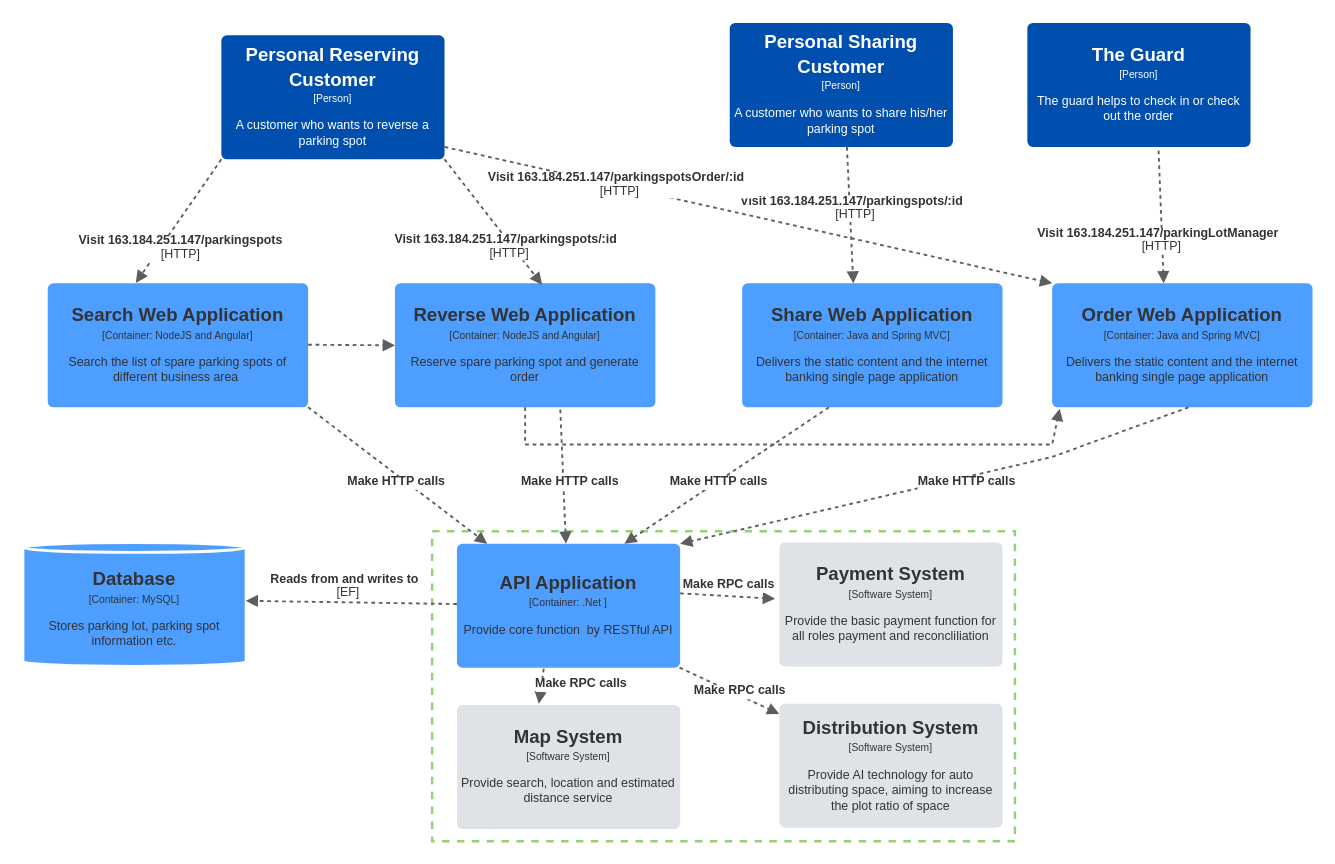
XiaotianWU-code/img keeps this draw.io diagram as page "Page-1" (1 of 3) of wxt-c4.drawio. Above is the earlier version. Source tidied: cells renumbered, new cells numbered last; positions are measured from the earlier drawing's top-left corner, leaving out a move shared by most shapes. Both pictures are drawn from the tidied source at 124%, with x=0, y=0 at pixel (22, 22).
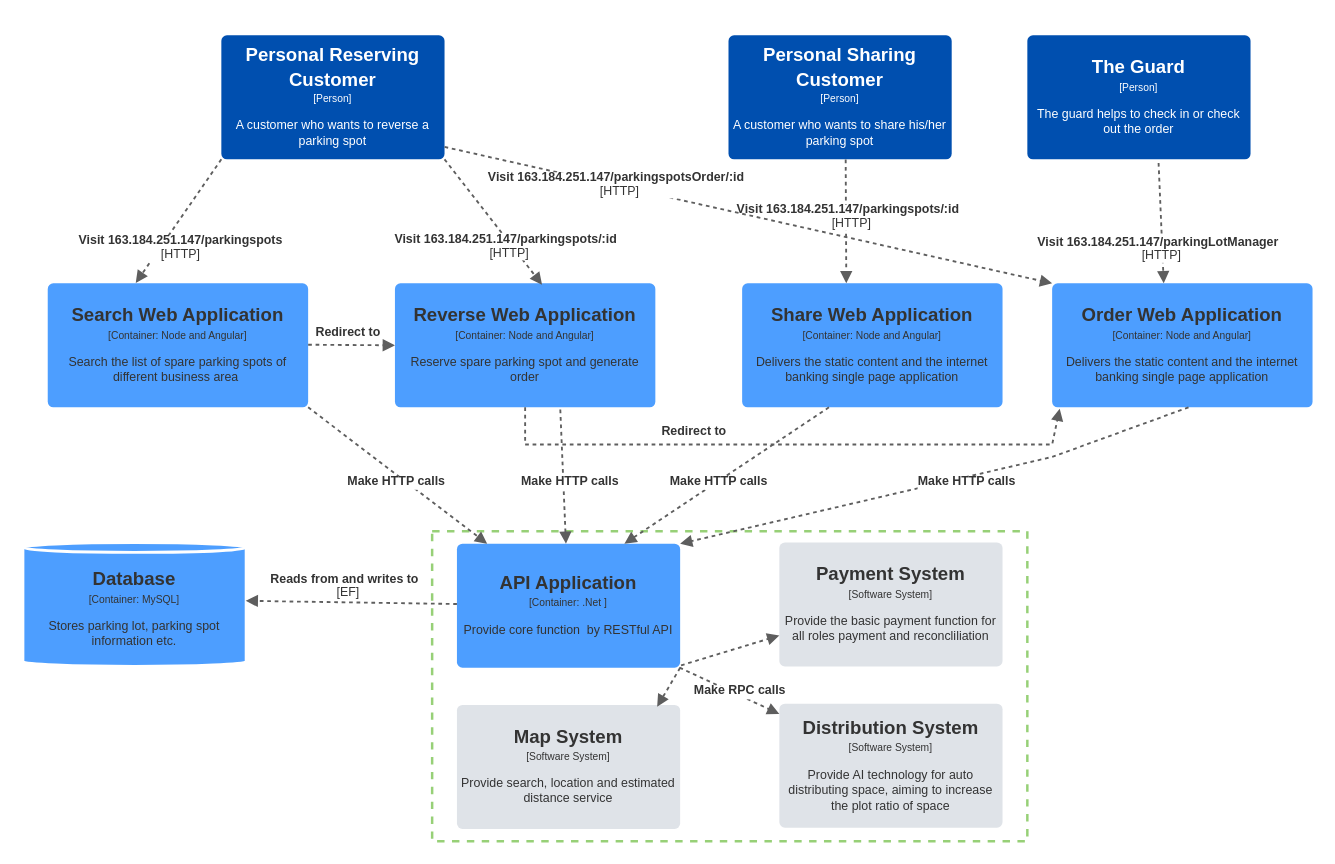
After the change.

The change refers to these unchanged cells:
```xml
<mxCell id="10" value="&lt;div style=&quot;display: flex; justify-content: center; text-align: center; align-items: baseline; font-size: 0; line-height: 1.25;margin-top: -2px;&quot;&gt;&lt;span&gt;&lt;span style=&quot;font-size:15px;color:#333333;font-weight: bold;&quot;&gt;API Application&lt;/span&gt;&lt;span style=&quot;font-size:16.7px;color:#333333;&quot;&gt;&lt;br&gt;&lt;/span&gt;&lt;span style=&quot;font-size:8.3px;color:#333333;&quot;&gt;[Container: .Net ]&lt;br&gt;&lt;br&gt;&lt;/span&gt;&lt;span style=&quot;font-size:10px;color:#333333;&quot;&gt; Provide core function&amp;nbsp; by RESTful API&lt;/span&gt;&lt;/span&gt;&lt;/div&gt;" style="html=1;overflow=block;blockSpacing=1;whiteSpace=wrap;fontSize=13;spacing=3.8;strokeOpacity=0;fillOpacity=100;rounded=1;absoluteArcSize=1;arcSize=9;fillColor=#4d9eff;strokeWidth=2.3;" parent="1" vertex="1">
  <mxGeometry x="350" y="420" width="180" height="100" as="geometry" />
</mxCell>
<mxCell id="12" value="&lt;div style=&quot;display: flex; justify-content: center; text-align: center; align-items: baseline; font-size: 0; line-height: 1.25;margin-top: -2px;&quot;&gt;&lt;span&gt;&lt;span style=&quot;font-size:15px;color:#333333;font-weight: bold;&quot;&gt;Payment System&lt;/span&gt;&lt;span style=&quot;font-size:16.7px;color:#333333;&quot;&gt;&lt;br&gt;&lt;/span&gt;&lt;span style=&quot;font-size:8.3px;color:#333333;&quot;&gt;[Software System]&lt;br&gt;&lt;br&gt;&lt;/span&gt;&lt;span style=&quot;font-size:10px;color:#333333;&quot;&gt; Provide the basic payment function for all roles payment and reconcliliation&lt;/span&gt;&lt;/span&gt;&lt;/div&gt;" style="html=1;overflow=block;blockSpacing=1;whiteSpace=wrap;fontSize=13;spacing=3.8;strokeOpacity=0;fillOpacity=100;rounded=1;absoluteArcSize=1;arcSize=9;fillColor=#dfe3e8;strokeWidth=2.3;" parent="1" vertex="1">
  <mxGeometry x="610" y="419" width="180" height="100" as="geometry" />
</mxCell>
<mxCell id="13" value="&lt;div style=&quot;display: flex; justify-content: center; text-align: center; align-items: baseline; font-size: 0; line-height: 1.25;margin-top: -2px;&quot;&gt;&lt;span&gt;&lt;span style=&quot;font-size:15px;color:#333333;font-weight: bold;&quot;&gt;Map System&lt;/span&gt;&lt;span style=&quot;font-size:16.7px;color:#333333;&quot;&gt;&lt;br&gt;&lt;/span&gt;&lt;span style=&quot;font-size:8.3px;color:#333333;&quot;&gt;[Software System]&lt;br&gt;&lt;br&gt;&lt;/span&gt;&lt;span style=&quot;font-size:10px;color:#333333;&quot;&gt; Provide search, location and estimated distance service&lt;/span&gt;&lt;/span&gt;&lt;/div&gt;" style="html=1;overflow=block;blockSpacing=1;whiteSpace=wrap;fontSize=13;spacing=3.8;strokeOpacity=0;fillOpacity=100;rounded=1;absoluteArcSize=1;arcSize=9;fillColor=#dfe3e8;strokeWidth=2.3;" parent="1" vertex="1">
  <mxGeometry x="350" y="550" width="180" height="100" as="geometry" />
</mxCell>
```

The edit, as a diff of the source:
```diff
@@
     <mxCell id="2" style="rounded=0;whiteSpace=wrap;html=1;dashed=1;strokeColor=#97D077;strokeWidth=2;" parent="1" vertex="1">
-      <mxGeometry x="330" y="410" width="470" height="250" as="geometry" />
+      <mxGeometry x="330" y="410" width="480" height="250" as="geometry" />
     </mxCell>
@@
     <mxCell id="4" value="&lt;div style=&quot;display: flex; justify-content: center; text-align: center; align-items: baseline; font-size: 0; line-height: 1.25;margin-top: -2px;&quot;&gt;&lt;span&gt;&lt;span style=&quot;font-size:15px;color:#ffffff;font-weight: bold;&quot;&gt;Personal Sharing Customer&lt;/span&gt;&lt;span style=&quot;font-size:16.7px;color:#ffffff;&quot;&gt;&lt;br&gt;&lt;/span&gt;&lt;span style=&quot;font-size:8.3px;color:#ffffff;&quot;&gt;[Person]&lt;br&gt;&lt;br&gt;&lt;/span&gt;&lt;span style=&quot;font-size:10px;color:#ffffff;&quot;&gt;A customer who wants to share his/her parking spot&lt;/span&gt;&lt;/span&gt;&lt;/div&gt;" style="html=1;overflow=block;blockSpacing=1;whiteSpace=wrap;fontSize=13;spacing=3.8;strokeOpacity=0;fillOpacity=100;rounded=1;absoluteArcSize=1;arcSize=9;fillColor=#004faf;strokeWidth=2.3;" parent="1" vertex="1">
-      <mxGeometry x="570" width="180" height="100" as="geometry" />
+      <mxGeometry x="569" y="10" width="180" height="100" as="geometry" />
     </mxCell>
     <mxCell id="5" value="&lt;div style=&quot;display: flex; justify-content: center; text-align: center; align-items: baseline; line-height: 1.25; margin-top: -2px; font-size: 0px;&quot;&gt;&lt;span&gt;&lt;span style=&quot;font-size:15px;color:#ffffff;font-weight: bold;&quot;&gt;The Guard&lt;/span&gt;&lt;span style=&quot;font-size:16.7px;color:#ffffff;&quot;&gt;&lt;br&gt;&lt;/span&gt;&lt;span style=&quot;font-size:8.3px;color:#ffffff;&quot;&gt;[Person]&lt;br&gt;&lt;br&gt;&lt;/span&gt;&lt;span style=&quot;font-size:10px;color:#ffffff;&quot;&gt;The guard helps to check in or check out the order&lt;/span&gt;&lt;/span&gt;&lt;/div&gt;" style="html=1;overflow=block;blockSpacing=1;whiteSpace=wrap;fontSize=13;spacing=3.8;strokeOpacity=0;fillOpacity=100;rounded=1;absoluteArcSize=1;arcSize=9;fillColor=#004faf;strokeWidth=2.3;" parent="1" vertex="1">
-      <mxGeometry x="810" width="180" height="100" as="geometry" />
+      <mxGeometry x="810" y="10" width="180" height="100" as="geometry" />
     </mxCell>
-    <mxCell id="6" value="&lt;div style=&quot;display: flex; justify-content: center; text-align: center; align-items: baseline; font-size: 0; line-height: 1.25;margin-top: -2px;&quot;&gt;&lt;span&gt;&lt;span style=&quot;font-size:15px;color:#333333;font-weight: bold;&quot;&gt;Reverse Web Application&lt;/span&gt;&lt;span style=&quot;font-size:16.7px;color:#333333;&quot;&gt;&lt;br&gt;&lt;/span&gt;&lt;span style=&quot;font-size:8.3px;color:#333333;&quot;&gt;[Container: NodeJS and Angular]&lt;br&gt;&lt;br&gt;&lt;/span&gt;&lt;span style=&quot;color: rgb(51, 51, 51); font-size: 10px; background-color: initial;&quot;&gt;Reserve spare parking spot and generate order&lt;/span&gt;&lt;/span&gt;&lt;/div&gt;" style="html=1;overflow=block;blockSpacing=1;whiteSpace=wrap;fontSize=13;spacing=3.8;strokeOpacity=0;fillOpacity=100;rounded=1;absoluteArcSize=1;arcSize=9;fillColor=#4d9eff;strokeWidth=2.3;" parent="1" vertex="1">
+    <mxCell id="6" value="&lt;div style=&quot;display: flex; justify-content: center; text-align: center; align-items: baseline; font-size: 0; line-height: 1.25;margin-top: -2px;&quot;&gt;&lt;span&gt;&lt;span style=&quot;font-size:15px;color:#333333;font-weight: bold;&quot;&gt;Reverse Web Application&lt;/span&gt;&lt;span style=&quot;font-size:16.7px;color:#333333;&quot;&gt;&lt;br&gt;&lt;/span&gt;&lt;span style=&quot;font-size:8.3px;color:#333333;&quot;&gt;[Container: Node and Angular]&lt;br&gt;&lt;br&gt;&lt;/span&gt;&lt;span style=&quot;color: rgb(51, 51, 51); font-size: 10px; background-color: initial;&quot;&gt;Reserve spare parking spot and generate order&lt;/span&gt;&lt;/span&gt;&lt;/div&gt;" style="html=1;overflow=block;blockSpacing=1;whiteSpace=wrap;fontSize=13;spacing=3.8;strokeOpacity=0;fillOpacity=100;rounded=1;absoluteArcSize=1;arcSize=9;fillColor=#4d9eff;strokeWidth=2.3;" parent="1" vertex="1">
       <mxGeometry x="300" y="210" width="210" height="100" as="geometry" />
     </mxCell>
-    <mxCell id="7" value="&lt;div style=&quot;display: flex; justify-content: center; text-align: center; align-items: baseline; line-height: 1.25; margin-top: -2px; font-size: 0px;&quot;&gt;&lt;span&gt;&lt;span style=&quot;font-size:15px;color:#333333;font-weight: bold;&quot;&gt;Search Web Application&lt;/span&gt;&lt;span style=&quot;font-size:16.7px;color:#333333;&quot;&gt;&lt;br&gt;&lt;/span&gt;&lt;span style=&quot;font-size:8.3px;color:#333333;&quot;&gt;[Container: NodeJS and Angular]&lt;br&gt;&lt;br&gt;&lt;/span&gt;&lt;span style=&quot;font-size:10px;color:#333333;&quot;&gt;Search the list of spare parking spots of different business area&amp;nbsp;&lt;/span&gt;&lt;/span&gt;&lt;/div&gt;" style="html=1;overflow=block;blockSpacing=1;whiteSpace=wrap;fontSize=13;spacing=3.8;strokeOpacity=0;fillOpacity=100;rounded=1;absoluteArcSize=1;arcSize=9;fillColor=#4d9eff;strokeWidth=2.3;" parent="1" vertex="1">
+    <mxCell id="7" value="&lt;div style=&quot;display: flex; justify-content: center; text-align: center; align-items: baseline; line-height: 1.25; margin-top: -2px; font-size: 0px;&quot;&gt;&lt;span&gt;&lt;span style=&quot;font-size:15px;color:#333333;font-weight: bold;&quot;&gt;Search Web Application&lt;/span&gt;&lt;span style=&quot;font-size:16.7px;color:#333333;&quot;&gt;&lt;br&gt;&lt;/span&gt;&lt;span style=&quot;font-size:8.3px;color:#333333;&quot;&gt;[Container: Node and Angular]&lt;br&gt;&lt;br&gt;&lt;/span&gt;&lt;span style=&quot;font-size:10px;color:#333333;&quot;&gt;Search the list of spare parking spots of different business area&amp;nbsp;&lt;/span&gt;&lt;/span&gt;&lt;/div&gt;" style="html=1;overflow=block;blockSpacing=1;whiteSpace=wrap;fontSize=13;spacing=3.8;strokeOpacity=0;fillOpacity=100;rounded=1;absoluteArcSize=1;arcSize=9;fillColor=#4d9eff;strokeWidth=2.3;" parent="1" vertex="1">
       <mxGeometry x="20" y="210" width="210" height="100" as="geometry" />
     </mxCell>
-    <mxCell id="8" value="&lt;div style=&quot;display: flex; justify-content: center; text-align: center; align-items: baseline; font-size: 0; line-height: 1.25;margin-top: -2px;&quot;&gt;&lt;span&gt;&lt;span style=&quot;font-size:15px;color:#333333;font-weight: bold;&quot;&gt;Order Web Application&lt;/span&gt;&lt;span style=&quot;font-size:16.7px;color:#333333;&quot;&gt;&lt;br&gt;&lt;/span&gt;&lt;span style=&quot;font-size:8.3px;color:#333333;&quot;&gt;[Container: Java and Spring MVC]&lt;br&gt;&lt;br&gt;&lt;/span&gt;&lt;span style=&quot;font-size:10px;color:#333333;&quot;&gt; Delivers the static content and the internet banking single page application&lt;/span&gt;&lt;/span&gt;&lt;/div&gt;" style="html=1;overflow=block;blockSpacing=1;whiteSpace=wrap;fontSize=13;spacing=3.8;strokeOpacity=0;fillOpacity=100;rounded=1;absoluteArcSize=1;arcSize=9;fillColor=#4d9eff;strokeWidth=2.3;" parent="1" vertex="1">
+    <mxCell id="8" value="&lt;div style=&quot;display: flex; justify-content: center; text-align: center; align-items: baseline; font-size: 0; line-height: 1.25;margin-top: -2px;&quot;&gt;&lt;span&gt;&lt;span style=&quot;font-size:15px;color:#333333;font-weight: bold;&quot;&gt;Order Web Application&lt;/span&gt;&lt;span style=&quot;font-size:16.7px;color:#333333;&quot;&gt;&lt;br&gt;&lt;/span&gt;&lt;span style=&quot;font-size:8.3px;color:#333333;&quot;&gt;[Container: Node and Angular]&lt;br&gt;&lt;br&gt;&lt;/span&gt;&lt;span style=&quot;font-size:10px;color:#333333;&quot;&gt; Delivers the static content and the internet banking single page application&lt;/span&gt;&lt;/span&gt;&lt;/div&gt;" style="html=1;overflow=block;blockSpacing=1;whiteSpace=wrap;fontSize=13;spacing=3.8;strokeOpacity=0;fillOpacity=100;rounded=1;absoluteArcSize=1;arcSize=9;fillColor=#4d9eff;strokeWidth=2.3;" parent="1" vertex="1">
       <mxGeometry x="830" y="210" width="210" height="100" as="geometry" />
     </mxCell>
-    <mxCell id="9" value="&lt;div style=&quot;display: flex; justify-content: center; text-align: center; align-items: baseline; font-size: 0; line-height: 1.25;margin-top: -2px;&quot;&gt;&lt;span&gt;&lt;span style=&quot;font-size:15px;color:#333333;font-weight: bold;&quot;&gt;Share Web Application&lt;/span&gt;&lt;span style=&quot;font-size:16.7px;color:#333333;&quot;&gt;&lt;br&gt;&lt;/span&gt;&lt;span style=&quot;font-size:8.3px;color:#333333;&quot;&gt;[Container: Java and Spring MVC]&lt;br&gt;&lt;br&gt;&lt;/span&gt;&lt;span style=&quot;font-size:10px;color:#333333;&quot;&gt; Delivers the static content and the internet banking single page application&lt;/span&gt;&lt;/span&gt;&lt;/div&gt;" style="html=1;overflow=block;blockSpacing=1;whiteSpace=wrap;fontSize=13;spacing=3.8;strokeOpacity=0;fillOpacity=100;rounded=1;absoluteArcSize=1;arcSize=9;fillColor=#4d9eff;strokeWidth=2.3;" parent="1" vertex="1">
+    <mxCell id="9" value="&lt;div style=&quot;display: flex; justify-content: center; text-align: center; align-items: baseline; font-size: 0; line-height: 1.25;margin-top: -2px;&quot;&gt;&lt;span&gt;&lt;span style=&quot;font-size:15px;color:#333333;font-weight: bold;&quot;&gt;Share Web Application&lt;/span&gt;&lt;span style=&quot;font-size:16.7px;color:#333333;&quot;&gt;&lt;br&gt;&lt;/span&gt;&lt;span style=&quot;font-size:8.3px;color:#333333;&quot;&gt;[Container: Node and Angular]&lt;br&gt;&lt;br&gt;&lt;/span&gt;&lt;span style=&quot;font-size:10px;color:#333333;&quot;&gt; Delivers the static content and the internet banking single page application&lt;/span&gt;&lt;/span&gt;&lt;/div&gt;" style="html=1;overflow=block;blockSpacing=1;whiteSpace=wrap;fontSize=13;spacing=3.8;strokeOpacity=0;fillOpacity=100;rounded=1;absoluteArcSize=1;arcSize=9;fillColor=#4d9eff;strokeWidth=2.3;" parent="1" vertex="1">
       <mxGeometry x="580" y="210" width="210" height="100" as="geometry" />
     </mxCell>
@@
-    <mxCell id="19" style="html=1;jettySize=18;whiteSpace=wrap;overflow=block;blockSpacing=1;fontSize=13;strokeColor=#5e5e5e;strokeOpacity=100;dashed=1;fixDash=1;strokeWidth=1.5;rounded=0;startArrow=none;endArrow=block;endFill=1;entryX=0.427;entryY=0.001;entryDx=0;entryDy=0;exitX=0.525;exitY=1.001;exitDx=0;exitDy=0;exitPerimeter=0;entryPerimeter=0;" parent="1" edge="1" source="4" target="9">
+    <mxCell id="19" style="html=1;jettySize=18;whiteSpace=wrap;overflow=block;blockSpacing=1;fontSize=13;strokeColor=#5e5e5e;strokeOpacity=100;dashed=1;fixDash=1;strokeWidth=1.5;rounded=0;startArrow=none;endArrow=block;endFill=1;exitX=0.525;exitY=1.001;exitDx=0;exitDy=0;exitPerimeter=0;entryX=0.4;entryY=0;entryDx=0;entryDy=0;entryPerimeter=0;" parent="1" edge="1" source="4" target="9">
       <mxGeometry relative="1" as="geometry" />
     </mxCell>
@@
-    <mxCell id="35" style="html=1;jettySize=18;whiteSpace=wrap;overflow=block;blockSpacing=1;fontSize=13;strokeColor=#5e5e5e;strokeOpacity=100;dashed=1;fixDash=1;strokeWidth=1.5;rounded=0;startArrow=none;endArrow=block;endFill=1;exitX=0;exitY=1;exitDx=0;exitDy=0;entryX=-0.019;entryY=0.454;entryDx=0;entryDy=0;entryPerimeter=0;" parent="1" edge="1" target="12">
-      <mxGeometry relative="1" as="geometry">
-        <mxPoint x="530" y="460" as="sourcePoint" />
-      </mxGeometry>
-    </mxCell>
-    <mxCell id="36" value="&lt;div style=&quot;display: flex; justify-content: center; text-align: center; align-items: baseline; line-height: 1.25; margin-top: -2px;&quot;&gt;&lt;span style=&quot;font-size: 10px; color: rgb(51, 51, 51); font-weight: bold;&quot;&gt;Make RPC calls&lt;/span&gt;&lt;/div&gt;" style="text;html=1;labelBackgroundColor=default;align=center;verticalAlign=middle;" parent="1" vertex="1">
-      <mxGeometry x="569" y="454" as="geometry">
-        <mxPoint x="-1" y="-1" as="offset" />
-      </mxGeometry>
-    </mxCell>
@@
-    <mxCell id="38" style="html=1;jettySize=18;whiteSpace=wrap;overflow=block;blockSpacing=1;fontSize=13;strokeColor=#5e5e5e;strokeOpacity=100;dashed=1;fixDash=1;strokeWidth=1.5;rounded=0;startArrow=none;endArrow=block;endFill=1;exitX=0;exitY=1;exitDx=0;exitDy=0;entryX=0.367;entryY=-0.009;entryDx=0;entryDy=0;entryPerimeter=0;" parent="1" edge="1" target="13">
-      <mxGeometry relative="1" as="geometry">
-        <mxPoint x="420" y="520.7" as="sourcePoint" />
-      </mxGeometry>
-    </mxCell>
@@
-    <mxCell id="40" value="&lt;div style=&quot;display: flex; justify-content: center; text-align: center; align-items: baseline; line-height: 1.25; margin-top: -2px;&quot;&gt;&lt;span style=&quot;font-size: 10px; color: rgb(51, 51, 51); font-weight: bold;&quot;&gt;Make RPC calls&lt;/span&gt;&lt;/div&gt;" style="text;html=1;labelBackgroundColor=default;align=center;verticalAlign=middle;" parent="1" vertex="1">
-      <mxGeometry x="450" y="534" as="geometry">
-        <mxPoint x="-1" y="-1" as="offset" />
-      </mxGeometry>
-    </mxCell>
@@
+    <mxCell id="43" value="&lt;div style=&quot;display: flex; justify-content: center; text-align: center; align-items: baseline; line-height: 1.25; margin-top: -2px;&quot;&gt;&lt;span style=&quot;font-size: 10px; color: rgb(51, 51, 51); font-weight: bold;&quot;&gt;Redirect to&lt;/span&gt;&lt;/div&gt;" style="text;html=1;labelBackgroundColor=default;align=center;verticalAlign=middle;" parent="1" vertex="1">
+      <mxGeometry x="261" y="250" as="geometry" />
+    </mxCell>
+    <mxCell id="44" value="&lt;div style=&quot;display: flex; justify-content: center; text-align: center; align-items: baseline; line-height: 1.25; margin-top: -2px;&quot;&gt;&lt;span style=&quot;font-size: 10px; color: rgb(51, 51, 51); font-weight: bold;&quot;&gt;Redirect to&lt;/span&gt;&lt;/div&gt;" style="text;html=1;labelBackgroundColor=default;align=center;verticalAlign=middle;" parent="1" vertex="1">
+      <mxGeometry x="540" y="330" as="geometry" />
+    </mxCell>
+    <mxCell id="45" style="html=1;jettySize=18;whiteSpace=wrap;overflow=block;blockSpacing=1;fontSize=13;strokeColor=#5e5e5e;strokeOpacity=100;dashed=1;fixDash=1;strokeWidth=1.5;rounded=0;startArrow=none;endArrow=block;endFill=1;exitX=1;exitY=1;exitDx=0;exitDy=0;entryX=0.897;entryY=0.015;entryDx=0;entryDy=0;entryPerimeter=0;" parent="1" edge="1" source="10" target="13">
+      <mxGeometry relative="1" as="geometry" />
+    </mxCell>
+    <mxCell id="46" style="html=1;jettySize=18;whiteSpace=wrap;overflow=block;blockSpacing=1;fontSize=13;strokeColor=#5e5e5e;strokeOpacity=100;dashed=1;fixDash=1;strokeWidth=1.5;rounded=0;startArrow=none;endArrow=block;endFill=1;exitX=1.004;exitY=0.981;exitDx=0;exitDy=0;entryX=0;entryY=0.75;entryDx=0;entryDy=0;exitPerimeter=0;" parent="1" edge="1" source="10" target="12">
+      <mxGeometry relative="1" as="geometry" />
+    </mxCell>
```
